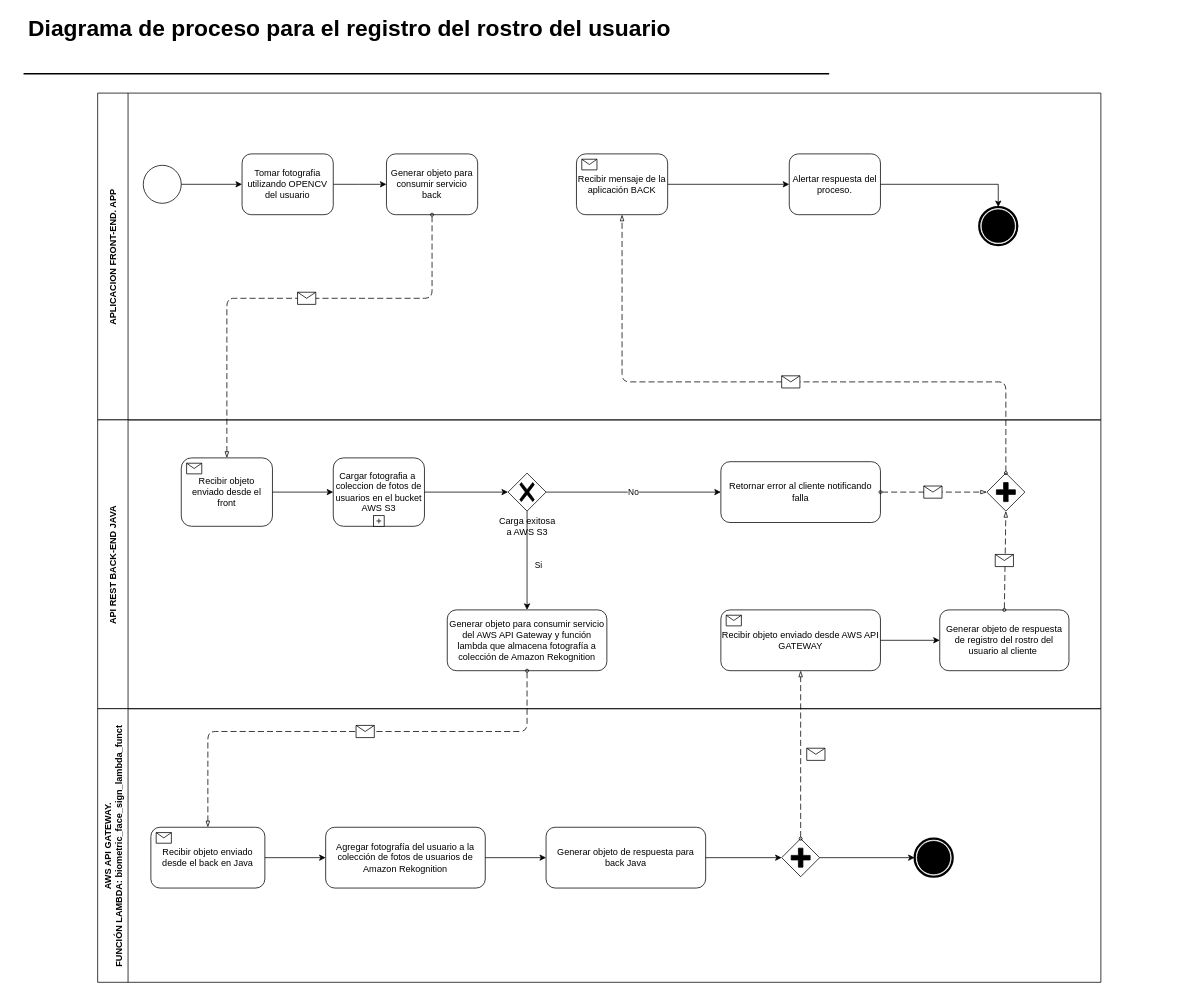
Earlier version of the draw.io diagram ProcesoRegistroUsuario.drawio (ca-milin15/proy_grado_2021_doc). Source tidied: cells renumbered, new cells numbered last; positions are measured from the earlier drawing's top-left corner, leaving out a move shared by most shapes. Both pictures are drawn from the tidied source at 76%, with x=0, y=0 at pixel (23, 12).
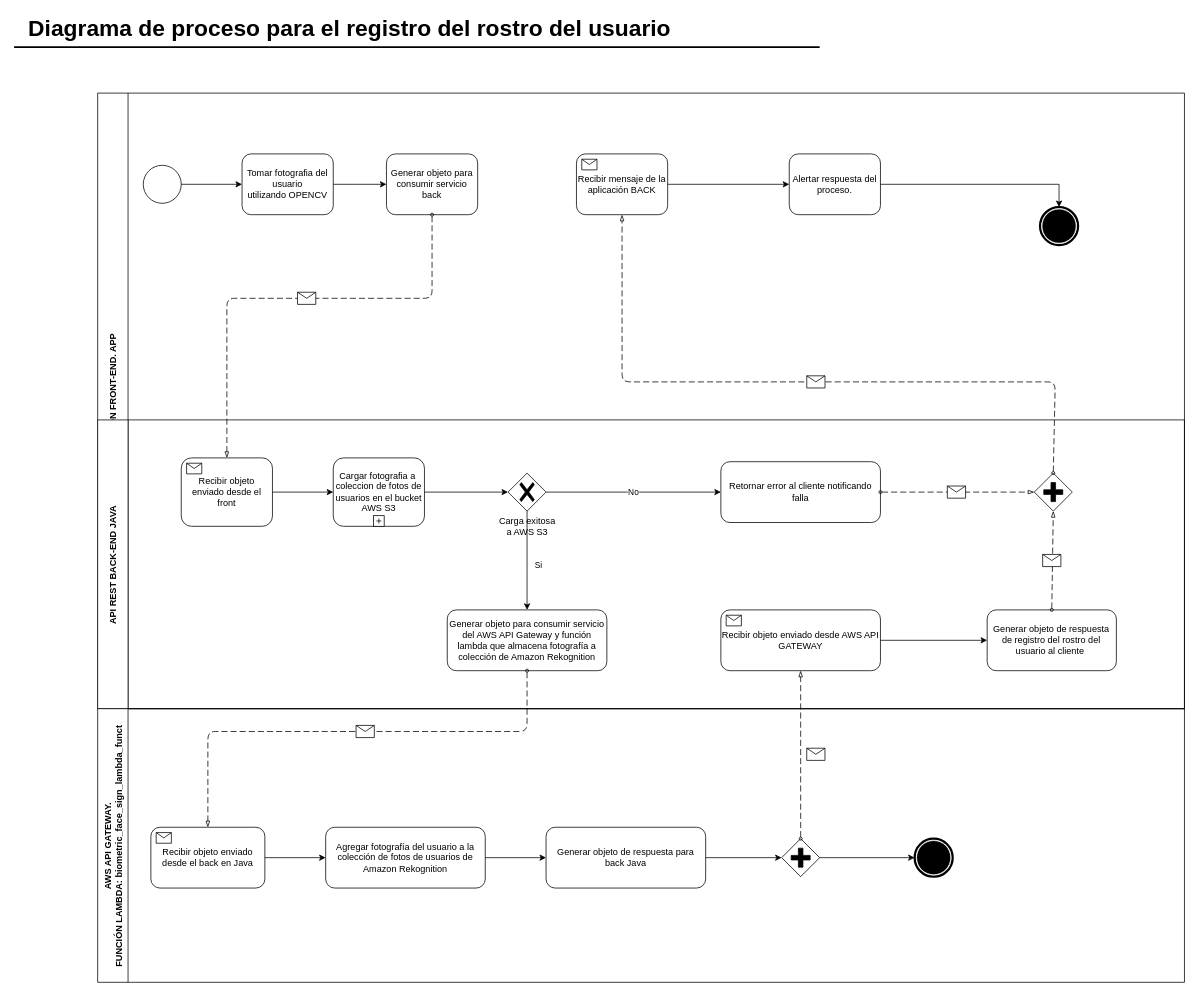
The same page after the edit.

The change refers to these unchanged cells:
```xml
<mxCell id="2" value="Recibir mensaje de la aplicación BACK" style="html=1;whiteSpace=wrap;rounded=1;" parent="1" vertex="1">
  <mxGeometry x="728" y="186" width="120" height="80" as="geometry" />
</mxCell>
```

What changed in the source:
```diff
@@
     <mxCell id="6" value="APLICACION FRONT-END. APP" style="swimlane;horizontal=0;startSize=40;" parent="1" vertex="1">
-      <mxGeometry x="98" y="106" width="1320" height="430" as="geometry" />
+      <mxGeometry x="98" y="106" width="1430" height="810" as="geometry" />
     </mxCell>
@@
     <mxCell id="8" value="API REST BACK-END JAVA" style="swimlane;horizontal=0;startSize=40;" parent="6" vertex="1">
-      <mxGeometry y="430" width="1320" height="380" as="geometry" />
+      <mxGeometry y="430" width="1430" height="380" as="geometry" />
     </mxCell>
@@
     <mxCell id="19" style="points=[[0.25,0.25,0],[0.5,0,0],[0.75,0.25,0],[1,0.5,0],[0.75,0.75,0],[0.5,1,0],[0.25,0.75,0],[0,0.5,0]];shape=mxgraph.bpmn.gateway2;html=1;verticalLabelPosition=bottom;labelBackgroundColor=#ffffff;verticalAlign=top;align=center;perimeter=rhombusPerimeter;outlineConnect=0;outline=none;symbol=none;gwType=parallel;" parent="8" vertex="1">
-      <mxGeometry x="1170" y="70" width="50" height="50" as="geometry" />
+      <mxGeometry x="1232.4" y="70" width="50" height="50" as="geometry" />
     </mxCell>
@@
     <mxCell id="25" value="Generar objeto de respuesta de registro del rostro del usuario al cliente&amp;nbsp;" style="shape=ext;rounded=1;html=1;whiteSpace=wrap;" parent="8" vertex="1">
-      <mxGeometry x="1108" y="250" width="170" height="80" as="geometry" />
+      <mxGeometry x="1170.4" y="250" width="170" height="80" as="geometry" />
     </mxCell>
@@
     <mxCell id="31" style="points=[[0.145,0.145,0],[0.5,0,0],[0.855,0.145,0],[1,0.5,0],[0.855,0.855,0],[0.5,1,0],[0.145,0.855,0],[0,0.5,0]];shape=mxgraph.bpmn.event;html=1;verticalLabelPosition=bottom;labelBackgroundColor=#ffffff;verticalAlign=top;align=center;perimeter=ellipsePerimeter;outlineConnect=0;outline=end;symbol=terminate;" parent="6" vertex="1">
-      <mxGeometry x="1160" y="150" width="50" height="50" as="geometry" />
+      <mxGeometry x="1240" y="150" width="50" height="50" as="geometry" />
     </mxCell>
@@
-    <mxCell id="35" value="Tomar fotografia utilizando OPENCV del usuario" style="shape=ext;rounded=1;html=1;whiteSpace=wrap;" parent="6" vertex="1">
+    <mxCell id="35" value="Tomar fotografia del usuario&lt;br&gt;&amp;nbsp;utilizando OPENCV&amp;nbsp;" style="shape=ext;rounded=1;html=1;whiteSpace=wrap;" parent="6" vertex="1">
       <mxGeometry x="190" y="80" width="120" height="80" as="geometry" />
     </mxCell>
@@
     <mxCell id="37" style="endArrow=blockThin;html=1;labelPosition=left;verticalLabelPosition=middle;align=right;verticalAlign=middle;dashed=1;dashPattern=8 4;endFill=0;startArrow=oval;startFill=0;endSize=6;startSize=4;exitX=0.5;exitY=0;exitDx=0;exitDy=0;exitPerimeter=0;entryX=0.5;entryY=1;entryDx=0;entryDy=0;" parent="1" edge="1" source="19" target="2">
       <mxGeometry relative="1" as="geometry">
         <Array as="points">
-          <mxPoint x="1293" y="486" />
+          <mxPoint x="1358" y="486" />
           <mxPoint x="788" y="486" />
         </Array>
       </mxGeometry>
     </mxCell>
@@
     <mxCell id="39" value="AWS API GATEWAY. &#10;FUNCIÓN LAMBDA: biometric_face_sign_lambda_funct" style="swimlane;horizontal=0;startSize=40;" parent="1" vertex="1">
-      <mxGeometry x="98" y="916" width="1320" height="360" as="geometry" />
+      <mxGeometry x="98" y="916" width="1430" height="360" as="geometry" />
     </mxCell>
@@
     <mxCell id="55" style="line;strokeWidth=2;html=1;fontSize=14;" parent="1" vertex="1">
-      <mxGeometry x="0.5" y="75.5" width="1060" height="10" as="geometry" />
+      <mxGeometry x="-12" y="40.5" width="1060" height="10" as="geometry" />
     </mxCell>
```
